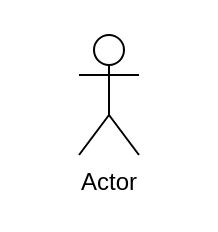
The draw.io diagram przebieg.drawio in MichjuX/UML_Diagrams, before the edit. Source tidied: cells renumbered, new cells numbered last; positions are measured from the earlier drawing's top-left corner, leaving out a move shared by most shapes. Both pictures are drawn from the tidied source at 200%, with x=0, y=0 at pixel (78, 34).
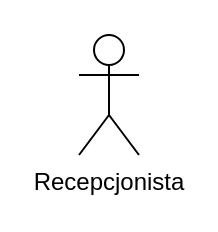
After the change.

Diff of the diagram source:
```diff
@@
 <mxGraphModel>
   <root>
     <mxCell id="0" />
     <mxCell id="1" parent="0" />
-    <mxCell id="2" value="Actor" style="shape=umlActor;verticalLabelPosition=bottom;verticalAlign=top;html=1;" parent="1" vertex="1">
+    <mxCell id="2" value="Recepcjonista" style="shape=umlActor;verticalLabelPosition=bottom;verticalAlign=top;html=1;" parent="1" vertex="1">
       <mxGeometry width="30" height="60" as="geometry" />
     </mxCell>
   </root>
 </mxGraphModel>
```
